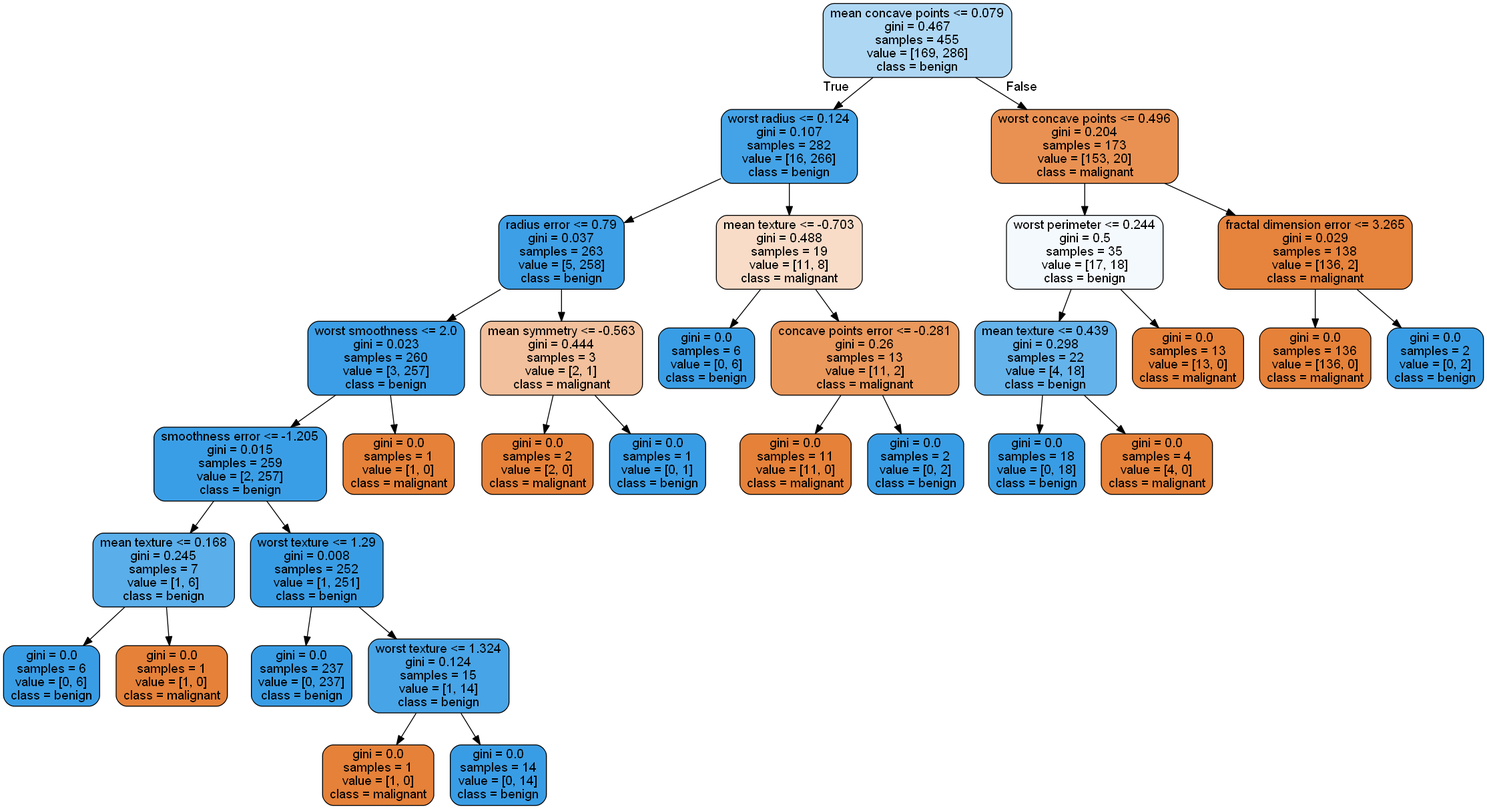
Above: tree_breast_cancer.png in ahadimuhsin/credit-card-fraud-detection (Graphviz), before the change. Its source is kept beside it as tree_breast_cancer.dot. The source it was exported from:
```dot
digraph Tree {
node [shape=box, style="filled, rounded", color="black", fontname=helvetica] ;
edge [fontname=helvetica] ;
0 [label="mean concave points <= 0.079\ngini = 0.467\nsamples = 455\nvalue = [169, 286]\nclass = benign", fillcolor="#399de568"] ;
1 [label="worst radius <= 0.124\ngini = 0.107\nsamples = 282\nvalue = [16, 266]\nclass = benign", fillcolor="#399de5f0"] ;
0 -> 1 [labeldistance=2.5, labelangle=45, headlabel="True"] ;
2 [label="radius error <= 0.79\ngini = 0.037\nsamples = 263\nvalue = [5, 258]\nclass = benign", fillcolor="#399de5fa"] ;
1 -> 2 ;
3 [label="worst smoothness <= 2.0\ngini = 0.023\nsamples = 260\nvalue = [3, 257]\nclass = benign", fillcolor="#399de5fc"] ;
2 -> 3 ;
4 [label="smoothness error <= -1.205\ngini = 0.015\nsamples = 259\nvalue = [2, 257]\nclass = benign", fillcolor="#399de5fd"] ;
3 -> 4 ;
5 [label="fractal dimension error <= -0.897\ngini = 0.245\nsamples = 7\nvalue = [1, 6]\nclass = benign", fillcolor="#399de5d4"] ;
4 -> 5 ;
6 [label="gini = 0.0\nsamples = 1\nvalue = [1, 0]\nclass = malignant", fillcolor="#e58139ff"] ;
5 -> 6 ;
7 [label="gini = 0.0\nsamples = 6\nvalue = [0, 6]\nclass = benign", fillcolor="#399de5ff"] ;
5 -> 7 ;
8 [label="worst texture <= 1.29\ngini = 0.008\nsamples = 252\nvalue = [1, 251]\nclass = benign", fillcolor="#399de5fe"] ;
4 -> 8 ;
9 [label="gini = 0.0\nsamples = 237\nvalue = [0, 237]\nclass = benign", fillcolor="#399de5ff"] ;
8 -> 9 ;
10 [label="worst texture <= 1.324\ngini = 0.124\nsamples = 15\nvalue = [1, 14]\nclass = benign", fillcolor="#399de5ed"] ;
8 -> 10 ;
11 [label="gini = 0.0\nsamples = 1\nvalue = [1, 0]\nclass = malignant", fillcolor="#e58139ff"] ;
10 -> 11 ;
12 [label="gini = 0.0\nsamples = 14\nvalue = [0, 14]\nclass = benign", fillcolor="#399de5ff"] ;
10 -> 12 ;
13 [label="gini = 0.0\nsamples = 1\nvalue = [1, 0]\nclass = malignant", fillcolor="#e58139ff"] ;
3 -> 13 ;
14 [label="mean symmetry <= -0.563\ngini = 0.444\nsamples = 3\nvalue = [2, 1]\nclass = malignant", fillcolor="#e581397f"] ;
2 -> 14 ;
15 [label="gini = 0.0\nsamples = 2\nvalue = [2, 0]\nclass = malignant", fillcolor="#e58139ff"] ;
14 -> 15 ;
16 [label="gini = 0.0\nsamples = 1\nvalue = [0, 1]\nclass = benign", fillcolor="#399de5ff"] ;
14 -> 16 ;
17 [label="mean texture <= -0.703\ngini = 0.488\nsamples = 19\nvalue = [11, 8]\nclass = malignant", fillcolor="#e5813946"] ;
1 -> 17 ;
18 [label="gini = 0.0\nsamples = 6\nvalue = [0, 6]\nclass = benign", fillcolor="#399de5ff"] ;
17 -> 18 ;
19 [label="concave points error <= -0.281\ngini = 0.26\nsamples = 13\nvalue = [11, 2]\nclass = malignant", fillcolor="#e58139d1"] ;
17 -> 19 ;
20 [label="gini = 0.0\nsamples = 11\nvalue = [11, 0]\nclass = malignant", fillcolor="#e58139ff"] ;
19 -> 20 ;
21 [label="gini = 0.0\nsamples = 2\nvalue = [0, 2]\nclass = benign", fillcolor="#399de5ff"] ;
19 -> 21 ;
22 [label="worst concave points <= 0.496\ngini = 0.204\nsamples = 173\nvalue = [153, 20]\nclass = malignant", fillcolor="#e58139de"] ;
0 -> 22 [labeldistance=2.5, labelangle=-45, headlabel="False"] ;
23 [label="worst perimeter <= 0.244\ngini = 0.5\nsamples = 35\nvalue = [17, 18]\nclass = benign", fillcolor="#399de50e"] ;
22 -> 23 ;
24 [label="mean texture <= 0.439\ngini = 0.298\nsamples = 22\nvalue = [4, 18]\nclass = benign", fillcolor="#399de5c6"] ;
23 -> 24 ;
25 [label="gini = 0.0\nsamples = 18\nvalue = [0, 18]\nclass = benign", fillcolor="#399de5ff"] ;
24 -> 25 ;
26 [label="gini = 0.0\nsamples = 4\nvalue = [4, 0]\nclass = malignant", fillcolor="#e58139ff"] ;
24 -> 26 ;
27 [label="gini = 0.0\nsamples = 13\nvalue = [13, 0]\nclass = malignant", fillcolor="#e58139ff"] ;
23 -> 27 ;
28 [label="fractal dimension error <= 3.265\ngini = 0.029\nsamples = 138\nvalue = [136, 2]\nclass = malignant", fillcolor="#e58139fb"] ;
22 -> 28 ;
29 [label="gini = 0.0\nsamples = 136\nvalue = [136, 0]\nclass = malignant", fillcolor="#e58139ff"] ;
28 -> 29 ;
30 [label="gini = 0.0\nsamples = 2\nvalue = [0, 2]\nclass = benign", fillcolor="#399de5ff"] ;
28 -> 30 ;
}
```
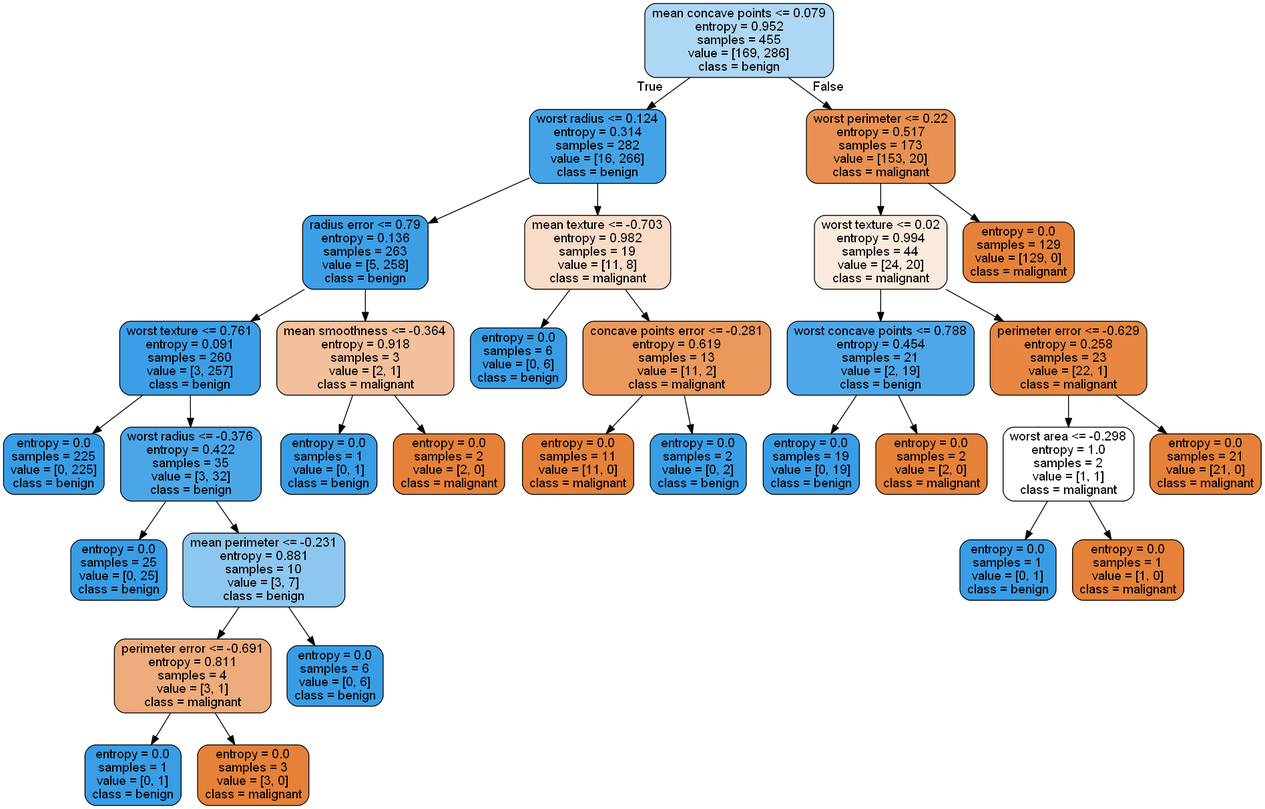
After the change.

What changed in the source:
```diff
@@ -1,65 +1,65 @@
 digraph Tree {
 node [shape=box, style="filled, rounded", color="black", fontname=helvetica] ;
 edge [fontname=helvetica] ;
-0 [label="mean concave points <= 0.079\ngini = 0.467\nsamples = 455\nvalue = [169, 286]\nclass = benign", fillcolor="#399de568"] ;
-1 [label="worst radius <= 0.124\ngini = 0.107\nsamples = 282\nvalue = [16, 266]\nclass = benign", fillcolor="#399de5f0"] ;
+0 [label="mean concave points <= 0.079\nentropy = 0.952\nsamples = 455\nvalue = [169, 286]\nclass = benign", fillcolor="#399de568"] ;
+1 [label="worst radius <= 0.124\nentropy = 0.314\nsamples = 282\nvalue = [16, 266]\nclass = benign", fillcolor="#399de5f0"] ;
 0 -> 1 [labeldistance=2.5, labelangle=45, headlabel="True"] ;
-2 [label="radius error <= 0.79\ngini = 0.037\nsamples = 263\nvalue = [5, 258]\nclass = benign", fillcolor="#399de5fa"] ;
+2 [label="area error <= 0.183\nentropy = 0.136\nsamples = 263\nvalue = [5, 258]\nclass = benign", fillcolor="#399de5fa"] ;
 1 -> 2 ;
-3 [label="worst smoothness <= 2.0\ngini = 0.023\nsamples = 260\nvalue = [3, 257]\nclass = benign", fillcolor="#399de5fc"] ;
+3 [label="worst texture <= 0.761\nentropy = 0.091\nsamples = 260\nvalue = [3, 257]\nclass = benign", fillcolor="#399de5fc"] ;
 2 -> 3 ;
-4 [label="smoothness error <= -1.205\ngini = 0.015\nsamples = 259\nvalue = [2, 257]\nclass = benign", fillcolor="#399de5fd"] ;
+4 [label="entropy = 0.0\nsamples = 225\nvalue = [0, 225]\nclass = benign", fillcolor="#399de5ff"] ;
 3 -> 4 ;
-5 [label="fractal dimension error <= -0.897\ngini = 0.245\nsamples = 7\nvalue = [1, 6]\nclass = benign", fillcolor="#399de5d4"] ;
-4 -> 5 ;
-6 [label="gini = 0.0\nsamples = 1\nvalue = [1, 0]\nclass = malignant", fillcolor="#e58139ff"] ;
+5 [label="worst radius <= -0.376\nentropy = 0.422\nsamples = 35\nvalue = [3, 32]\nclass = benign", fillcolor="#399de5e7"] ;
+3 -> 5 ;
+6 [label="entropy = 0.0\nsamples = 25\nvalue = [0, 25]\nclass = benign", fillcolor="#399de5ff"] ;
 5 -> 6 ;
-7 [label="gini = 0.0\nsamples = 6\nvalue = [0, 6]\nclass = benign", fillcolor="#399de5ff"] ;
+7 [label="mean perimeter <= -0.231\nentropy = 0.881\nsamples = 10\nvalue = [3, 7]\nclass = benign", fillcolor="#399de592"] ;
 5 -> 7 ;
-8 [label="worst texture <= 1.29\ngini = 0.008\nsamples = 252\nvalue = [1, 251]\nclass = benign", fillcolor="#399de5fe"] ;
-4 -> 8 ;
-9 [label="gini = 0.0\nsamples = 237\nvalue = [0, 237]\nclass = benign", fillcolor="#399de5ff"] ;
+8 [label="mean smoothness <= -1.247\nentropy = 0.811\nsamples = 4\nvalue = [3, 1]\nclass = malignant", fillcolor="#e58139aa"] ;
+7 -> 8 ;
+9 [label="entropy = 0.0\nsamples = 1\nvalue = [0, 1]\nclass = benign", fillcolor="#399de5ff"] ;
 8 -> 9 ;
-10 [label="worst texture <= 1.324\ngini = 0.124\nsamples = 15\nvalue = [1, 14]\nclass = benign", fillcolor="#399de5ed"] ;
+10 [label="entropy = 0.0\nsamples = 3\nvalue = [3, 0]\nclass = malignant", fillcolor="#e58139ff"] ;
 8 -> 10 ;
-11 [label="gini = 0.0\nsamples = 1\nvalue = [1, 0]\nclass = malignant", fillcolor="#e58139ff"] ;
-10 -> 11 ;
-12 [label="gini = 0.0\nsamples = 14\nvalue = [0, 14]\nclass = benign", fillcolor="#399de5ff"] ;
-10 -> 12 ;
-13 [label="gini = 0.0\nsamples = 1\nvalue = [1, 0]\nclass = malignant", fillcolor="#e58139ff"] ;
-3 -> 13 ;
-14 [label="mean symmetry <= -0.563\ngini = 0.444\nsamples = 3\nvalue = [2, 1]\nclass = malignant", fillcolor="#e581397f"] ;
-2 -> 14 ;
-15 [label="gini = 0.0\nsamples = 2\nvalue = [2, 0]\nclass = malignant", fillcolor="#e58139ff"] ;
-14 -> 15 ;
-16 [label="gini = 0.0\nsamples = 1\nvalue = [0, 1]\nclass = benign", fillcolor="#399de5ff"] ;
-14 -> 16 ;
-17 [label="mean texture <= -0.703\ngini = 0.488\nsamples = 19\nvalue = [11, 8]\nclass = malignant", fillcolor="#e5813946"] ;
-1 -> 17 ;
-18 [label="gini = 0.0\nsamples = 6\nvalue = [0, 6]\nclass = benign", fillcolor="#399de5ff"] ;
+11 [label="entropy = 0.0\nsamples = 6\nvalue = [0, 6]\nclass = benign", fillcolor="#399de5ff"] ;
+7 -> 11 ;
+12 [label="compactness error <= -0.603\nentropy = 0.918\nsamples = 3\nvalue = [2, 1]\nclass = malignant", fillcolor="#e581397f"] ;
+2 -> 12 ;
+13 [label="entropy = 0.0\nsamples = 2\nvalue = [2, 0]\nclass = malignant", fillcolor="#e58139ff"] ;
+12 -> 13 ;
+14 [label="entropy = 0.0\nsamples = 1\nvalue = [0, 1]\nclass = benign", fillcolor="#399de5ff"] ;
+12 -> 14 ;
+15 [label="mean texture <= -0.703\nentropy = 0.982\nsamples = 19\nvalue = [11, 8]\nclass = malignant", fillcolor="#e5813946"] ;
+1 -> 15 ;
+16 [label="entropy = 0.0\nsamples = 6\nvalue = [0, 6]\nclass = benign", fillcolor="#399de5ff"] ;
+15 -> 16 ;
+17 [label="concave points error <= -0.281\nentropy = 0.619\nsamples = 13\nvalue = [11, 2]\nclass = malignant", fillcolor="#e58139d1"] ;
+15 -> 17 ;
+18 [label="entropy = 0.0\nsamples = 11\nvalue = [11, 0]\nclass = malignant", fillcolor="#e58139ff"] ;
 17 -> 18 ;
-19 [label="concave points error <= -0.281\ngini = 0.26\nsamples = 13\nvalue = [11, 2]\nclass = malignant", fillcolor="#e58139d1"] ;
+19 [label="entropy = 0.0\nsamples = 2\nvalue = [0, 2]\nclass = benign", fillcolor="#399de5ff"] ;
 17 -> 19 ;
-20 [label="gini = 0.0\nsamples = 11\nvalue = [11, 0]\nclass = malignant", fillcolor="#e58139ff"] ;
-19 -> 20 ;
-21 [label="gini = 0.0\nsamples = 2\nvalue = [0, 2]\nclass = benign", fillcolor="#399de5ff"] ;
-19 -> 21 ;
-22 [label="worst concave points <= 0.496\ngini = 0.204\nsamples = 173\nvalue = [153, 20]\nclass = malignant", fillcolor="#e58139de"] ;
-0 -> 22 [labeldistance=2.5, labelangle=-45, headlabel="False"] ;
-23 [label="worst perimeter <= 0.244\ngini = 0.5\nsamples = 35\nvalue = [17, 18]\nclass = benign", fillcolor="#399de50e"] ;
+20 [label="worst perimeter <= 0.22\nentropy = 0.517\nsamples = 173\nvalue = [153, 20]\nclass = malignant", fillcolor="#e58139de"] ;
+0 -> 20 [labeldistance=2.5, labelangle=-45, headlabel="False"] ;
+21 [label="worst texture <= 0.02\nentropy = 0.994\nsamples = 44\nvalue = [24, 20]\nclass = malignant", fillcolor="#e581392a"] ;
+20 -> 21 ;
+22 [label="worst concave points <= 0.788\nentropy = 0.454\nsamples = 21\nvalue = [2, 19]\nclass = benign", fillcolor="#399de5e4"] ;
+21 -> 22 ;
+23 [label="entropy = 0.0\nsamples = 19\nvalue = [0, 19]\nclass = benign", fillcolor="#399de5ff"] ;
 22 -> 23 ;
-24 [label="mean texture <= 0.439\ngini = 0.298\nsamples = 22\nvalue = [4, 18]\nclass = benign", fillcolor="#399de5c6"] ;
-23 -> 24 ;
-25 [label="gini = 0.0\nsamples = 18\nvalue = [0, 18]\nclass = benign", fillcolor="#399de5ff"] ;
-24 -> 25 ;
-26 [label="gini = 0.0\nsamples = 4\nvalue = [4, 0]\nclass = malignant", fillcolor="#e58139ff"] ;
-24 -> 26 ;
-27 [label="gini = 0.0\nsamples = 13\nvalue = [13, 0]\nclass = malignant", fillcolor="#e58139ff"] ;
-23 -> 27 ;
-28 [label="fractal dimension error <= 3.265\ngini = 0.029\nsamples = 138\nvalue = [136, 2]\nclass = malignant", fillcolor="#e58139fb"] ;
-22 -> 28 ;
-29 [label="gini = 0.0\nsamples = 136\nvalue = [136, 0]\nclass = malignant", fillcolor="#e58139ff"] ;
-28 -> 29 ;
-30 [label="gini = 0.0\nsamples = 2\nvalue = [0, 2]\nclass = benign", fillcolor="#399de5ff"] ;
-28 -> 30 ;
+24 [label="entropy = 0.0\nsamples = 2\nvalue = [2, 0]\nclass = malignant", fillcolor="#e58139ff"] ;
+22 -> 24 ;
+25 [label="perimeter error <= -0.629\nentropy = 0.258\nsamples = 23\nvalue = [22, 1]\nclass = malignant", fillcolor="#e58139f3"] ;
+21 -> 25 ;
+26 [label="worst area <= -0.298\nentropy = 1.0\nsamples = 2\nvalue = [1, 1]\nclass = malignant", fillcolor="#e5813900"] ;
+25 -> 26 ;
+27 [label="entropy = 0.0\nsamples = 1\nvalue = [0, 1]\nclass = benign", fillcolor="#399de5ff"] ;
+26 -> 27 ;
+28 [label="entropy = 0.0\nsamples = 1\nvalue = [1, 0]\nclass = malignant", fillcolor="#e58139ff"] ;
+26 -> 28 ;
+29 [label="entropy = 0.0\nsamples = 21\nvalue = [21, 0]\nclass = malignant", fillcolor="#e58139ff"] ;
+25 -> 29 ;
+30 [label="entropy = 0.0\nsamples = 129\nvalue = [129, 0]\nclass = malignant", fillcolor="#e58139ff"] ;
+20 -> 30 ;
 }
```
